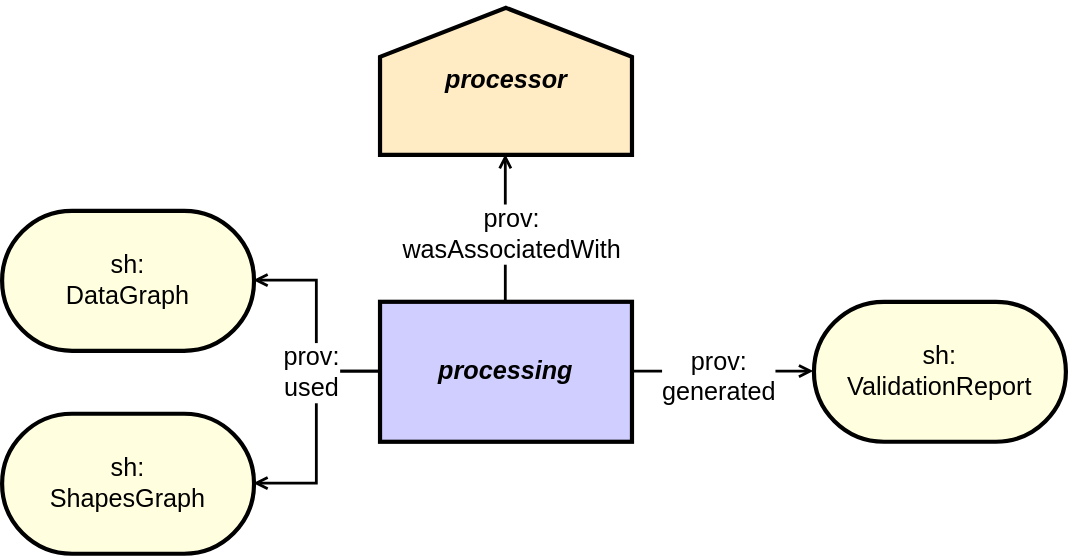
w3c/data-shapes keeps this draw.io diagram as shacl12-profiling/images/validation-persistence.svg. Above is the earlier version. Source tidied: cells renumbered, new cells last; positions are measured from the earlier drawing's top-left corner, leaving out a move shared by most shapes. The source it was exported from:
```xml
<mxGraphModel>
  <root>
    <mxCell id="0" />
    <mxCell id="1" parent="0" />
    <mxCell id="2" style="endArrow=open;html=1;rounded=0;strokeWidth=2;endFill=0;exitX=0.5;exitY=0;exitDx=0;exitDy=0;fontSize=18;" parent="1" edge="1" source="10" target="9">
      <mxGeometry relative="1" as="geometry" />
    </mxCell>
    <mxCell id="3" value="prov:&lt;br&gt;wasAssociatedWith" style="edgeLabel;html=1;align=center;verticalAlign=middle;fontSize=18;" parent="2" vertex="1">
      <mxGeometry x="-0.07" y="-3" relative="1" as="geometry" />
    </mxCell>
    <mxCell id="4" style="endArrow=open;html=1;rounded=0;strokeWidth=2;endFill=0;entryX=0;entryY=0.5;entryDx=0;entryDy=0;fontSize=18;" parent="1" edge="1" source="10" target="13">
      <mxGeometry relative="1" as="geometry" />
    </mxCell>
    <mxCell id="5" value="prov:&lt;br&gt;generated" style="edgeLabel;html=1;align=center;verticalAlign=middle;fontSize=18;" parent="4" vertex="1">
      <mxGeometry x="-0.07" y="-3" relative="1" as="geometry" />
    </mxCell>
    <mxCell id="6" style="endArrow=open;html=1;rounded=0;strokeWidth=2;endFill=0;edgeStyle=orthogonalEdgeStyle;fontSize=18;" parent="1" edge="1" source="10" target="12">
      <mxGeometry relative="1" as="geometry" />
    </mxCell>
    <mxCell id="7" style="endArrow=open;html=1;rounded=0;strokeWidth=2;endFill=0;exitX=0;exitY=0.5;exitDx=0;exitDy=0;edgeStyle=orthogonalEdgeStyle;fontSize=18;" parent="1" edge="1" source="10" target="11">
      <mxGeometry relative="1" as="geometry" />
    </mxCell>
    <mxCell id="8" value="prov:&lt;br&gt;used" style="edgeLabel;html=1;align=center;verticalAlign=middle;fontSize=18;" parent="7" vertex="1">
      <mxGeometry x="-0.07" y="-3" relative="1" as="geometry">
        <mxPoint x="-2" y="-34" as="offset" />
      </mxGeometry>
    </mxCell>
    <mxCell id="9" value="&lt;b&gt;&lt;i&gt;&lt;font style=&quot;font-size: 18px;&quot;&gt;processor&lt;/font&gt;&lt;/i&gt;&lt;/b&gt;" style="verticalLabelPosition=middle;verticalAlign=top;html=1;shape=mxgraph.basic.polygon;polyCoords=[[0.5,-0.5],[1,0],[1,1],[0,1],[0,0]];polyline=0;strokeWidth=3;fillColor=light-dark(#FFEBC4,#121212);" parent="1" vertex="1">
      <mxGeometry x="270" y="40" width="180" height="70" as="geometry" />
    </mxCell>
    <mxCell id="10" value="&lt;b&gt;&lt;i&gt;&lt;font style=&quot;font-size: 18px;&quot;&gt;processing&lt;/font&gt;&lt;/i&gt;&lt;/b&gt;" style="rounded=0;whiteSpace=wrap;html=1;strokeWidth=3;fillColor=light-dark(#CFCEFF,#121212);" parent="1" vertex="1">
      <mxGeometry x="270" y="215" width="180" height="100" as="geometry" />
    </mxCell>
    <mxCell id="11" value="sh:&lt;br&gt;ShapesGraph" style="rounded=1;whiteSpace=wrap;html=1;strokeWidth=3;fontSize=18;arcSize=50;fillColor=#FFFEDF;" parent="1" vertex="1">
      <mxGeometry y="295" width="180" height="100" as="geometry" />
    </mxCell>
    <mxCell id="12" value="sh:&lt;br&gt;DataGraph" style="rounded=1;whiteSpace=wrap;html=1;strokeWidth=3;fontSize=18;arcSize=50;fillColor=#FFFEDF;" parent="1" vertex="1">
      <mxGeometry y="150" width="180" height="100" as="geometry" />
    </mxCell>
    <mxCell id="13" value="sh:&lt;br&gt;ValidationReport" style="rounded=1;whiteSpace=wrap;html=1;strokeWidth=3;fontSize=18;arcSize=50;fillColor=#FFFEDF;" parent="1" vertex="1">
      <mxGeometry x="580" y="215" width="180" height="100" as="geometry" />
    </mxCell>
    <mxCell id="14" style="rounded=0;whiteSpace=wrap;html=1;strokeWidth=0;strokeColor=none;" parent="1" vertex="1">
      <mxGeometry width="120" height="60" as="geometry" />
    </mxCell>
  </root>
</mxGraphModel>
```
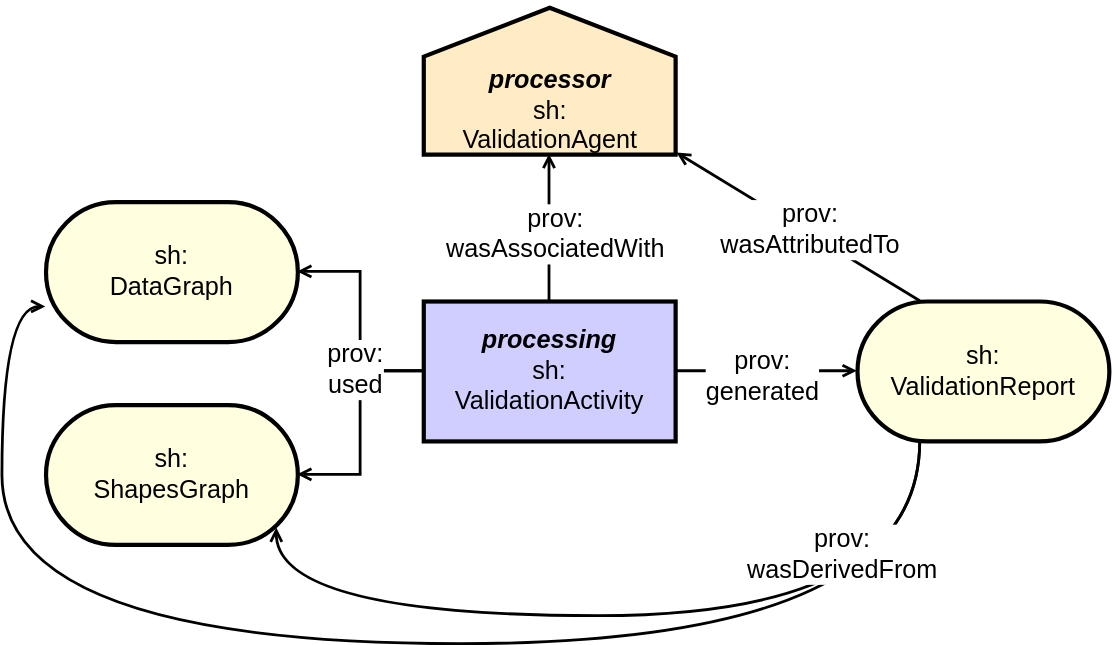
After the change.

The edit, as a diff of the source:
```diff
@@ -25,17 +25,17 @@
         <mxPoint x="-2" y="-34" as="offset" />
       </mxGeometry>
     </mxCell>
-    <mxCell id="9" value="&lt;b&gt;&lt;i&gt;&lt;font style=&quot;font-size: 18px;&quot;&gt;processor&lt;/font&gt;&lt;/i&gt;&lt;/b&gt;" style="verticalLabelPosition=middle;verticalAlign=top;html=1;shape=mxgraph.basic.polygon;polyCoords=[[0.5,-0.5],[1,0],[1,1],[0,1],[0,0]];polyline=0;strokeWidth=3;fillColor=light-dark(#FFEBC4,#121212);" parent="1" vertex="1">
+    <mxCell id="9" value="&lt;font style=&quot;font-size: 18px;&quot;&gt;&lt;b&gt;&lt;i&gt;&lt;font&gt;processor&lt;/font&gt;&lt;/i&gt;&lt;/b&gt;&lt;br&gt;sh:&lt;br&gt;ValidationAgent&lt;/font&gt;" style="verticalLabelPosition=middle;verticalAlign=top;html=1;shape=mxgraph.basic.polygon;polyCoords=[[0.5,-0.5],[1,0],[1,1],[0,1],[0,0]];polyline=0;strokeWidth=3;fillColor=light-dark(#FFEBC4,#121212);" parent="1" vertex="1">
       <mxGeometry x="270" y="40" width="180" height="70" as="geometry" />
     </mxCell>
-    <mxCell id="10" value="&lt;b&gt;&lt;i&gt;&lt;font style=&quot;font-size: 18px;&quot;&gt;processing&lt;/font&gt;&lt;/i&gt;&lt;/b&gt;" style="rounded=0;whiteSpace=wrap;html=1;strokeWidth=3;fillColor=light-dark(#CFCEFF,#121212);" parent="1" vertex="1">
+    <mxCell id="10" value="&lt;font style=&quot;font-size: 18px;&quot;&gt;&lt;b&gt;&lt;i&gt;&lt;font&gt;processing&lt;/font&gt;&lt;/i&gt;&lt;/b&gt;&lt;br&gt;sh:&lt;br&gt;ValidationActivity&lt;/font&gt;" style="rounded=0;whiteSpace=wrap;html=1;strokeWidth=3;fillColor=light-dark(#CFCEFF,#121212);" parent="1" vertex="1">
       <mxGeometry x="270" y="215" width="180" height="100" as="geometry" />
     </mxCell>
     <mxCell id="11" value="sh:&lt;br&gt;ShapesGraph" style="rounded=1;whiteSpace=wrap;html=1;strokeWidth=3;fontSize=18;arcSize=50;fillColor=#FFFEDF;" parent="1" vertex="1">
-      <mxGeometry y="295" width="180" height="100" as="geometry" />
+      <mxGeometry y="289" width="180" height="100" as="geometry" />
     </mxCell>
     <mxCell id="12" value="sh:&lt;br&gt;DataGraph" style="rounded=1;whiteSpace=wrap;html=1;strokeWidth=3;fontSize=18;arcSize=50;fillColor=#FFFEDF;" parent="1" vertex="1">
-      <mxGeometry y="150" width="180" height="100" as="geometry" />
+      <mxGeometry y="144" width="180" height="100" as="geometry" />
     </mxCell>
     <mxCell id="13" value="sh:&lt;br&gt;ValidationReport" style="rounded=1;whiteSpace=wrap;html=1;strokeWidth=3;fontSize=18;arcSize=50;fillColor=#FFFEDF;" parent="1" vertex="1">
       <mxGeometry x="580" y="215" width="180" height="100" as="geometry" />
@@ -43,5 +43,33 @@
     <mxCell id="14" style="rounded=0;whiteSpace=wrap;html=1;strokeWidth=0;strokeColor=none;" parent="1" vertex="1">
       <mxGeometry width="120" height="60" as="geometry" />
     </mxCell>
+    <mxCell id="15" style="endArrow=open;html=1;rounded=0;strokeWidth=2;endFill=0;exitX=0.25;exitY=0;exitDx=0;exitDy=0;fontSize=18;entryX=1.006;entryY=0.986;entryDx=0;entryDy=0;entryPerimeter=0;" parent="1" edge="1" source="13" target="9">
+      <mxGeometry relative="1" as="geometry" />
+    </mxCell>
+    <mxCell id="16" value="prov:&lt;br&gt;wasAttributedTo" style="edgeLabel;html=1;align=center;verticalAlign=middle;fontSize=18;" parent="15" vertex="1">
+      <mxGeometry x="-0.07" y="-3" relative="1" as="geometry" />
+    </mxCell>
+    <mxCell id="17" style="endArrow=open;html=1;rounded=0;strokeWidth=2;endFill=0;exitX=0.25;exitY=1;exitDx=0;exitDy=0;fontSize=18;edgeStyle=orthogonalEdgeStyle;curved=1;entryX=0;entryY=0.75;entryDx=0;entryDy=0;" parent="1" edge="1" source="13" target="12">
+      <mxGeometry relative="1" as="geometry">
+        <Array as="points">
+          <mxPoint x="625" y="460" />
+          <mxPoint x="-31" y="460" />
+          <mxPoint x="-31" y="219" />
+        </Array>
+      </mxGeometry>
+    </mxCell>
+    <mxCell id="18" style="endArrow=open;html=1;rounded=0;strokeWidth=2;endFill=0;exitX=0.25;exitY=1;exitDx=0;exitDy=0;fontSize=18;edgeStyle=orthogonalEdgeStyle;curved=1;entryX=0.917;entryY=0.88;entryDx=0;entryDy=0;entryPerimeter=0;" parent="1" edge="1" source="13" target="11">
+      <mxGeometry relative="1" as="geometry">
+        <Array as="points">
+          <mxPoint x="625" y="440" />
+          <mxPoint x="165.1" y="440" />
+        </Array>
+      </mxGeometry>
+    </mxCell>
+    <mxCell id="19" value="prov:&lt;br&gt;wasDerivedFrom" style="edgeLabel;html=1;align=center;verticalAlign=middle;fontSize=18;" parent="18" vertex="1">
+      <mxGeometry x="-0.07" y="-3" relative="1" as="geometry">
+        <mxPoint x="120" y="-42" as="offset" />
+      </mxGeometry>
+    </mxCell>
   </root>
 </mxGraphModel>
```
